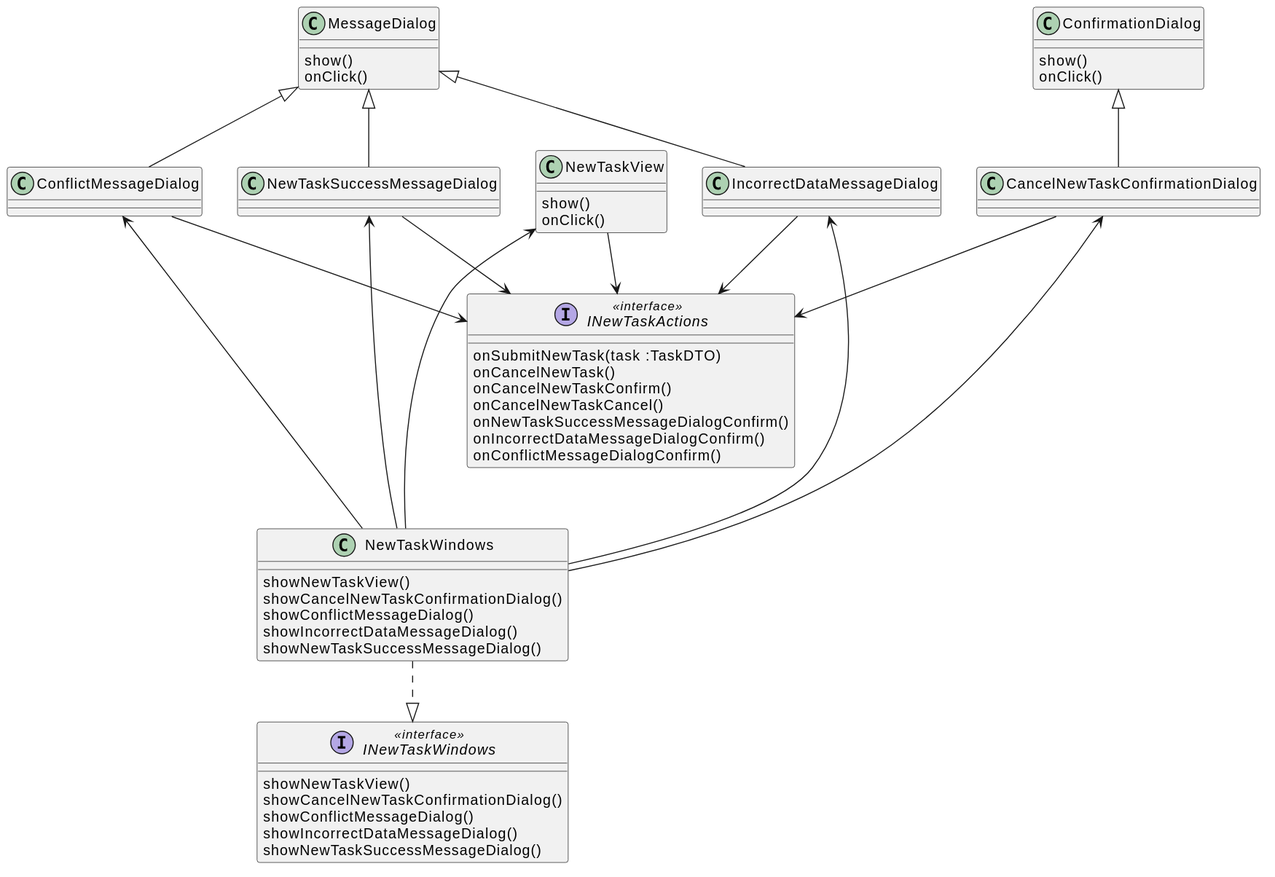
Earlier version of the PlantUML export diagrams/frontend/rendered/new-task-view.svg (Igor-Ochocki/POP-2026Z).
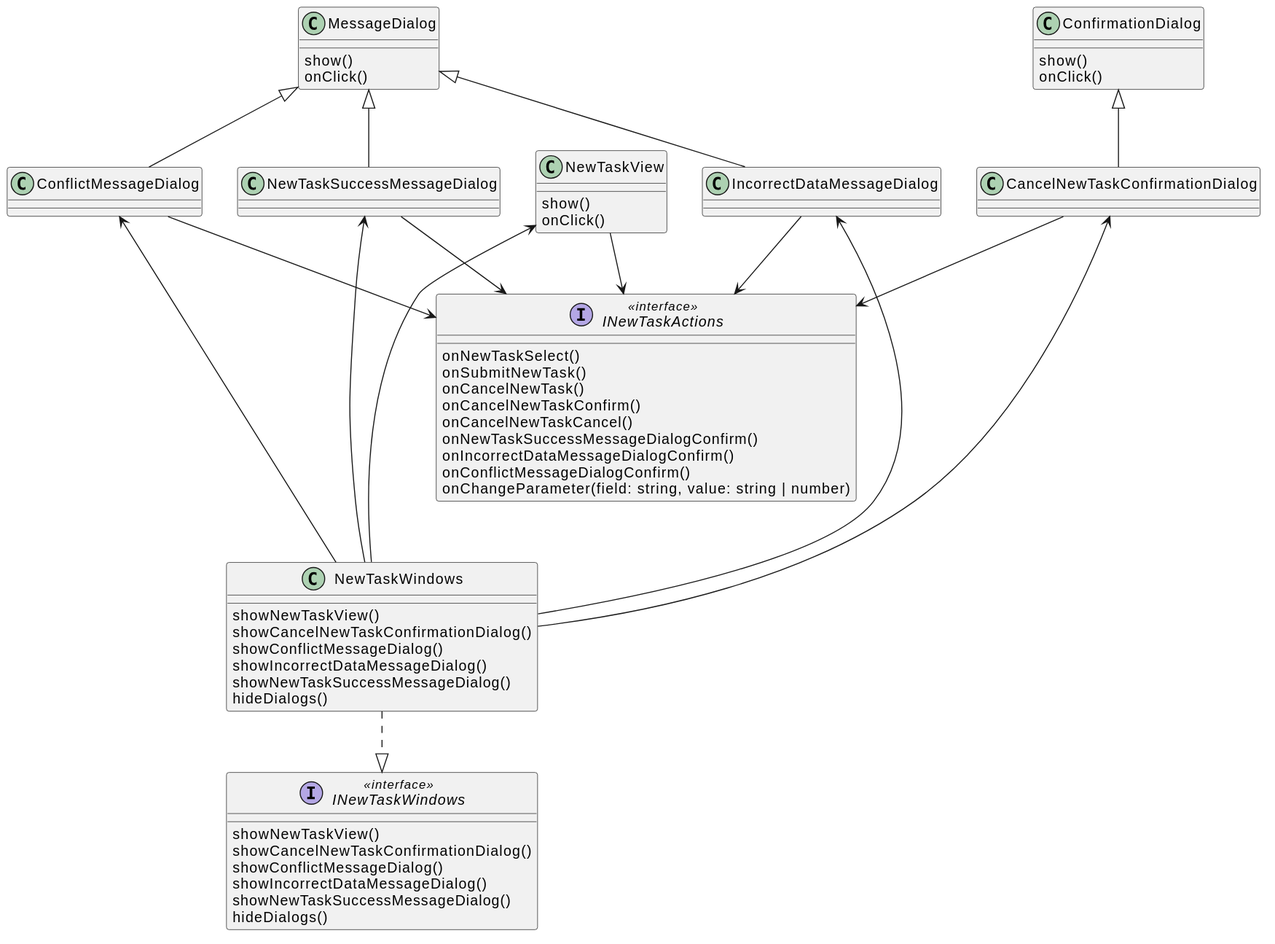
The same file after the commit.

What changed in the source:
```diff
@@ -26,13 +26,15 @@
 NewTaskSuccessMessageDialog -u-|> MessageDialog
 
 interface INewTaskActions <<interface>> {
-    onSubmitNewTask(task :TaskDTO)
+    onNewTaskSelect()
+    onSubmitNewTask()
     onCancelNewTask()
     onCancelNewTaskConfirm()
     onCancelNewTaskCancel()
     onNewTaskSuccessMessageDialogConfirm()
     onIncorrectDataMessageDialogConfirm()
     onConflictMessageDialogConfirm()
+    onChangeParameter(field: string, value: string | number)
 }
 
 INewTaskActions <-u- CancelNewTaskConfirmationDialog
@@ -53,6 +55,7 @@
     showConflictMessageDialog()
     showIncorrectDataMessageDialog()
     showNewTaskSuccessMessageDialog()
+    hideDialogs()
 }
 
 class NewTaskWindows {
@@ -61,6 +64,7 @@
     showConflictMessageDialog()
     showIncorrectDataMessageDialog()
     showNewTaskSuccessMessageDialog()
+    hideDialogs()
 }
 
 NewTaskWindows .d.|> INewTaskWindows
```
